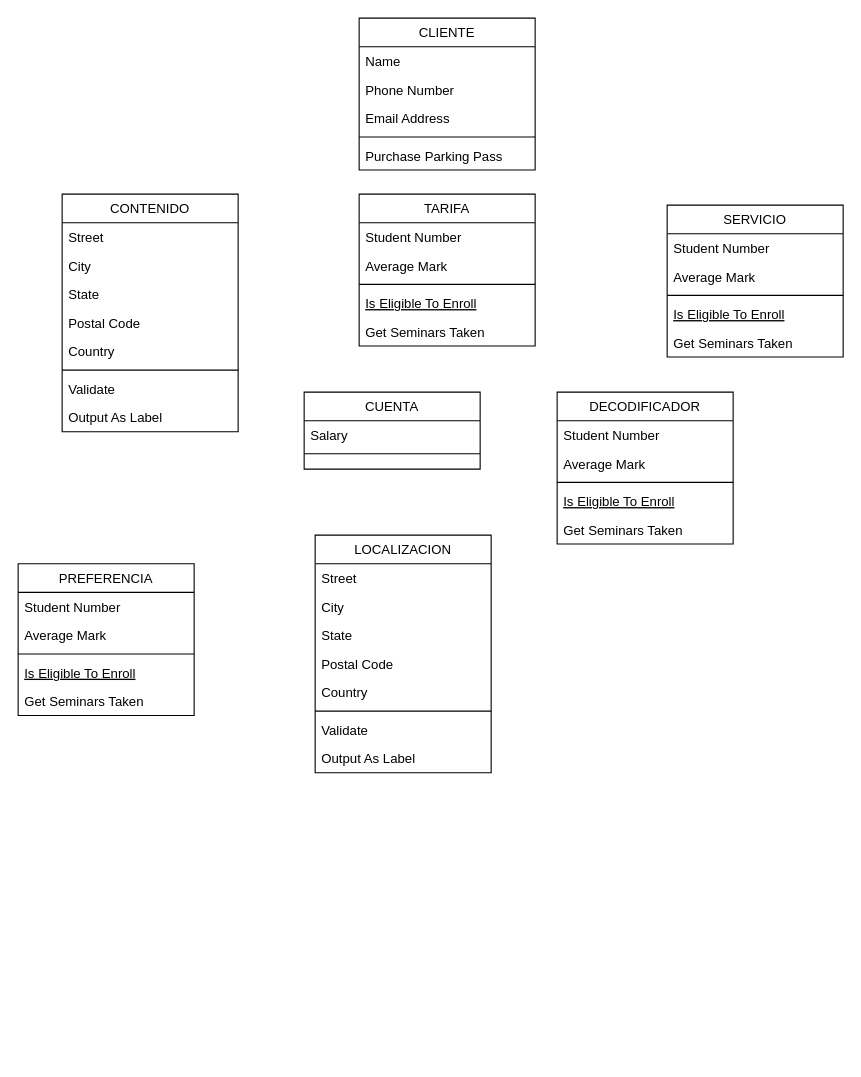
NyanCat6886/BasesDeDatosETSITGC keeps this draw.io diagram as PROYECTO1.drawio. Above is the earlier version. Source tidied: cells renumbered, new cells numbered last; positions are measured from the earlier drawing's top-left corner, leaving out a move shared by most shapes. Both pictures are drawn from the tidied source at 110%, with x=0, y=0 at pixel (18, 18).
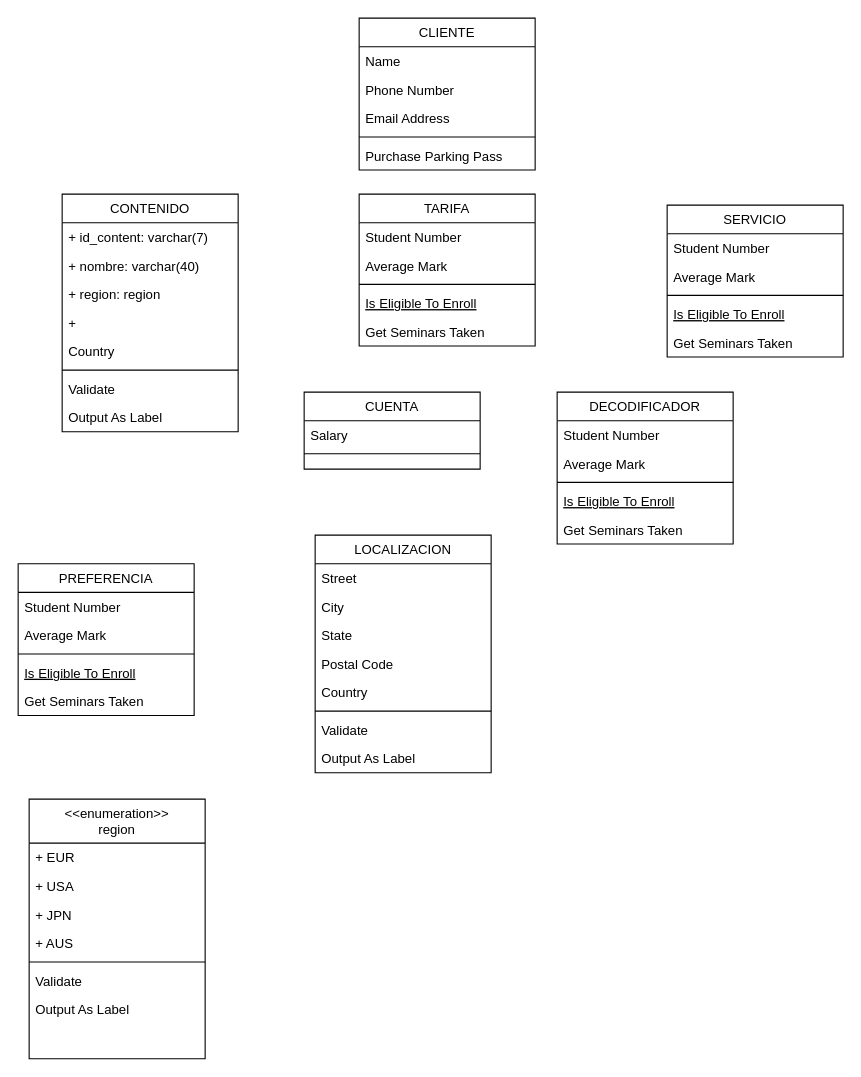
The same page after the edit.

The change refers to these unchanged cells:
```xml
<mxCell id="17" value="CONTENIDO " style="swimlane;fontStyle=0;align=center;verticalAlign=top;horizontal=1;startSize=26;rounded=0;shadow=0;strokeWidth=1;" parent="1" vertex="1">
  <mxGeometry x="40" y="160" width="160" height="216" as="geometry" />
</mxCell>
```

What changed in the source:
```diff
@@
-    <mxCell id="18" value="Street" style="text;align=left;verticalAlign=top;spacingLeft=4;spacingRight=4;overflow=hidden;" parent="17" vertex="1">
+    <mxCell id="18" value="+ id_content: varchar(7)" style="text;align=left;verticalAlign=top;spacingLeft=4;spacingRight=4;overflow=hidden;" parent="17" vertex="1">
       <mxGeometry y="26" width="160" height="26" as="geometry" />
     </mxCell>
-    <mxCell id="19" value="City" style="text;align=left;verticalAlign=top;spacingLeft=4;spacingRight=4;overflow=hidden;rounded=0;shadow=0;html=0;" parent="17" vertex="1">
+    <mxCell id="19" value="+ nombre: varchar(40)" style="text;align=left;verticalAlign=top;spacingLeft=4;spacingRight=4;overflow=hidden;rounded=0;shadow=0;html=0;" parent="17" vertex="1">
       <mxGeometry y="52" width="160" height="26" as="geometry" />
     </mxCell>
-    <mxCell id="20" value="State" style="text;align=left;verticalAlign=top;spacingLeft=4;spacingRight=4;overflow=hidden;rounded=0;shadow=0;html=0;" parent="17" vertex="1">
+    <mxCell id="20" value="+ region: region" style="text;align=left;verticalAlign=top;spacingLeft=4;spacingRight=4;overflow=hidden;rounded=0;shadow=0;html=0;" parent="17" vertex="1">
       <mxGeometry y="78" width="160" height="26" as="geometry" />
     </mxCell>
-    <mxCell id="21" value="Postal Code" style="text;align=left;verticalAlign=top;spacingLeft=4;spacingRight=4;overflow=hidden;rounded=0;shadow=0;html=0;" parent="17" vertex="1">
+    <mxCell id="21" value="+ " style="text;align=left;verticalAlign=top;spacingLeft=4;spacingRight=4;overflow=hidden;rounded=0;shadow=0;html=0;" parent="17" vertex="1">
       <mxGeometry y="104" width="160" height="26" as="geometry" />
     </mxCell>
@@
+    <mxCell id="53" value="&lt;&lt;enumeration&gt;&gt;&#10;region" style="swimlane;fontStyle=0;align=center;verticalAlign=top;horizontal=1;startSize=40;rounded=0;shadow=0;strokeWidth=1;" parent="1" vertex="1">
+      <mxGeometry x="10" y="710" width="160" height="236" as="geometry" />
+    </mxCell>
+    <mxCell id="54" value="+ EUR" style="text;align=left;verticalAlign=top;spacingLeft=4;spacingRight=4;overflow=hidden;rounded=0;shadow=0;html=0;" parent="53" vertex="1">
+      <mxGeometry y="40" width="160" height="26" as="geometry" />
+    </mxCell>
+    <mxCell id="55" value="+ USA" style="text;align=left;verticalAlign=top;spacingLeft=4;spacingRight=4;overflow=hidden;rounded=0;shadow=0;html=0;" parent="53" vertex="1">
+      <mxGeometry y="66" width="160" height="26" as="geometry" />
+    </mxCell>
+    <mxCell id="56" value="+ JPN" style="text;align=left;verticalAlign=top;spacingLeft=4;spacingRight=4;overflow=hidden;rounded=0;shadow=0;html=0;" parent="53" vertex="1">
+      <mxGeometry y="92" width="160" height="26" as="geometry" />
+    </mxCell>
+    <mxCell id="57" value="+ AUS" style="text;align=left;verticalAlign=top;spacingLeft=4;spacingRight=4;overflow=hidden;rounded=0;shadow=0;html=0;" parent="53" vertex="1">
+      <mxGeometry y="118" width="160" height="26" as="geometry" />
+    </mxCell>
+    <mxCell id="58" style="line;html=1;strokeWidth=1;align=left;verticalAlign=middle;spacingTop=-1;spacingLeft=3;spacingRight=3;labelPosition=right;" parent="53" vertex="1">
+      <mxGeometry y="144" width="160" height="8" as="geometry" />
+    </mxCell>
+    <mxCell id="59" value="Validate" style="text;align=left;verticalAlign=top;spacingLeft=4;spacingRight=4;overflow=hidden;" parent="53" vertex="1">
+      <mxGeometry y="152" width="160" height="26" as="geometry" />
+    </mxCell>
+    <mxCell id="60" value="Output As Label" style="text;align=left;verticalAlign=top;spacingLeft=4;spacingRight=4;overflow=hidden;" parent="53" vertex="1">
+      <mxGeometry y="178" width="160" height="26" as="geometry" />
+    </mxCell>
```
